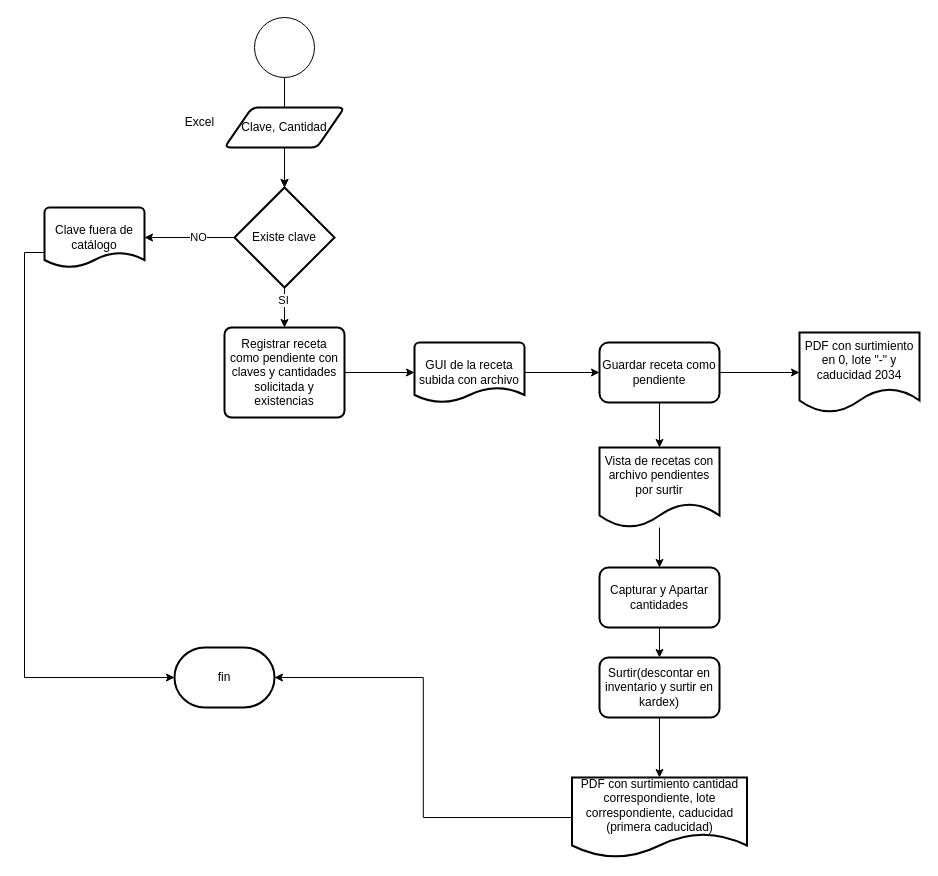
Before: RecetaConArchivoHidalgo.drawio in ErnestoDanielTafoyaMolinaCYM/clases-cat-cym, a draw.io diagram. Source tidied: cells renumbered, new cells numbered last; positions are measured from the earlier drawing's top-left corner, leaving out a move shared by most shapes. Both pictures are drawn from the tidied source at 100%, with x=0, y=0 at pixel (44, 17).
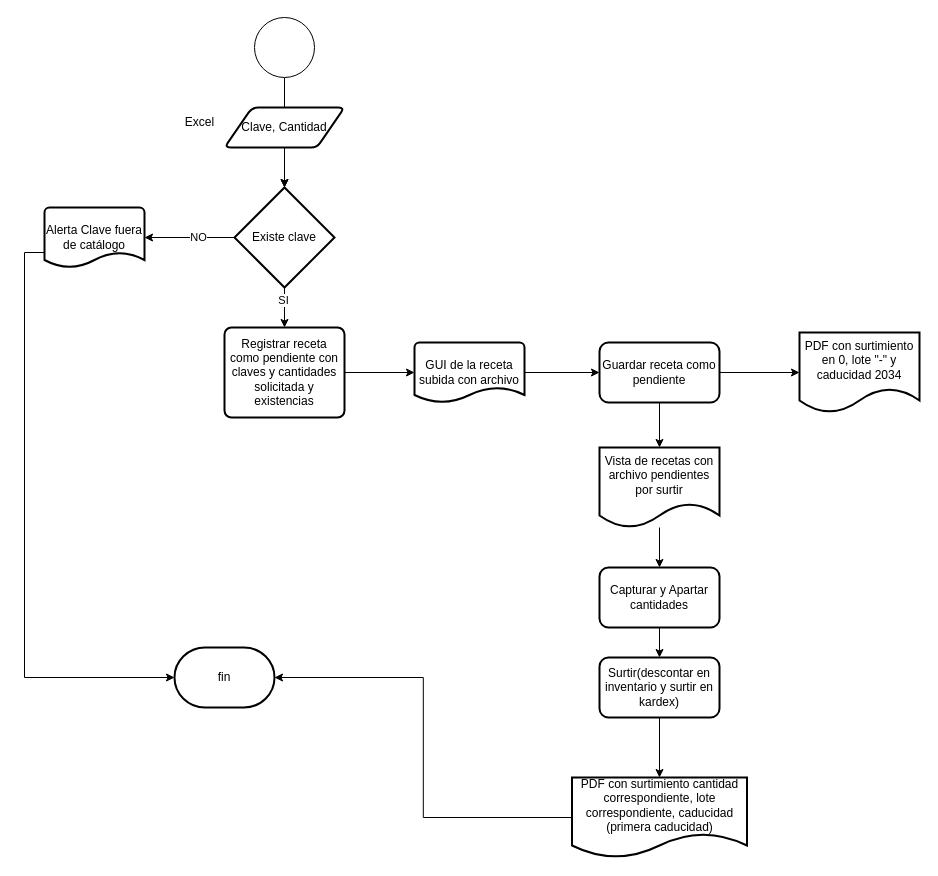
After the change.

What changed in the source:
```diff
@@
-    <mxCell id="11" value="Clave fuera de catálogo" style="strokeWidth=2;html=1;shape=mxgraph.flowchart.document2;whiteSpace=wrap;size=0.25;" parent="1" vertex="1">
+    <mxCell id="11" value="Alerta Clave fuera de catálogo" style="strokeWidth=2;html=1;shape=mxgraph.flowchart.document2;whiteSpace=wrap;size=0.25;" parent="1" vertex="1">
       <mxGeometry y="190" width="100" height="60" as="geometry" />
     </mxCell>
```
